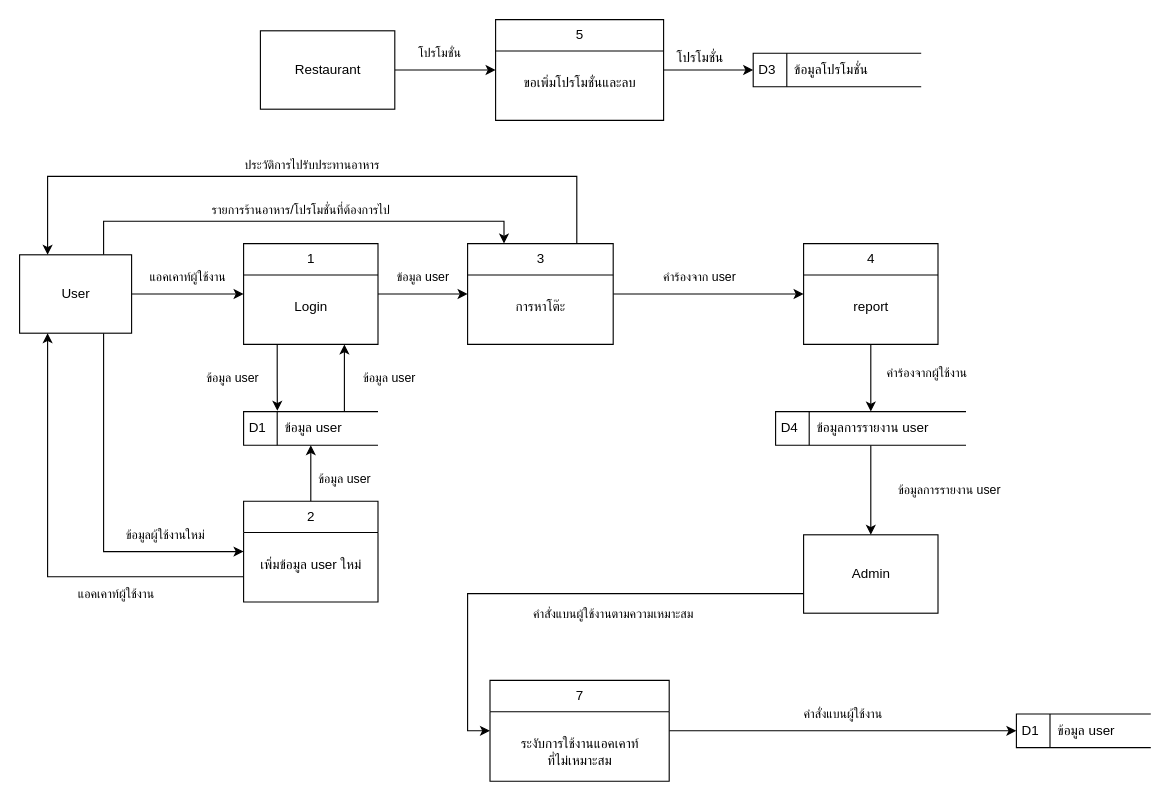
Above: page "Page-2" (2 of 4) of Buffet2gether_Doc/draw.io/dfd.drawio in Buffet2gether/buffet2gether (draw.io), before the change. Source tidied: cells renumbered, new cells numbered last; positions are measured from the earlier drawing's top-left corner, leaving out a move shared by most shapes. Both pictures are drawn from the tidied source at 112%, with x=0, y=0 at pixel (19, 19).
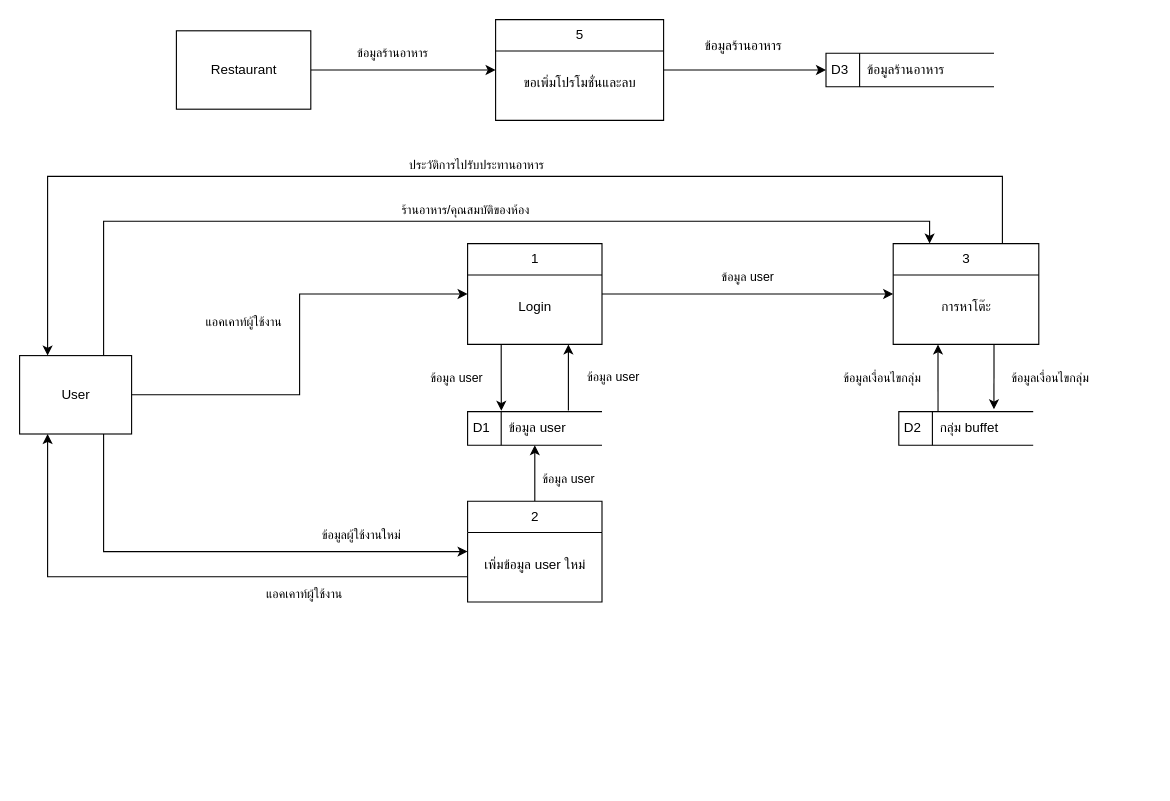
Above is the later version.

Unchanged cells that the change refers to:
```xml
<mxCell id="31" value="5&lt;br&gt;&lt;br&gt;&lt;br&gt;ขอเพิ่มโปรโมชั่นและลบ" style="swimlane;fontStyle=0;horizontal=1;startSize=28;fillColor=#ffffff;swimlaneFillColor=#ffffff;html=1;labelPosition=center;verticalLabelPosition=middle;align=center;verticalAlign=top;" parent="1" vertex="1">
  <mxGeometry x="425" width="150" height="90" as="geometry" />
</mxCell>
```

What changed in the source:
```diff
@@
-    <mxCell id="2" value="โปรโมชั่น" style="edgeStyle=orthogonalEdgeStyle;rounded=0;jettySize=auto;html=1;exitX=1;exitY=0.5;exitDx=0;exitDy=0;entryX=0;entryY=0.5;entryDx=0;entryDy=0;" parent="1" edge="1" source="3" target="31">
+    <mxCell id="2" value="ข้อมูลร้านอาหาร" style="edgeStyle=orthogonalEdgeStyle;rounded=0;jettySize=auto;html=1;exitX=1;exitY=0.5;exitDx=0;exitDy=0;entryX=0;entryY=0.5;entryDx=0;entryDy=0;" parent="1" edge="1" source="3" target="31">
       <mxGeometry x="-0.11" y="15" relative="1" as="geometry" />
     </mxCell>
     <mxCell id="3" value="Restaurant" style="html=1;dashed=0;whitespace=wrap;" parent="1" vertex="1">
-      <mxGeometry x="215" y="10" width="120" height="70" as="geometry" />
+      <mxGeometry x="140" y="10" width="120" height="70" as="geometry" />
     </mxCell>
     <mxCell id="4" value="แอคเคาท์ผู้ใช้งาน" style="edgeStyle=orthogonalEdgeStyle;rounded=0;jettySize=auto;html=1;exitX=1;exitY=0.5;exitDx=0;exitDy=0;entryX=0;entryY=0.5;entryDx=0;entryDy=0;" parent="1" edge="1" source="7" target="14">
-      <mxGeometry y="15" relative="1" as="geometry" />
+      <mxGeometry x="0.1" y="50" relative="1" as="geometry" />
     </mxCell>
-    <mxCell id="5" value="รายการร้านอาหาร/โปรโมชั่นที่ต้องการไป" style="edgeStyle=orthogonalEdgeStyle;rounded=0;jettySize=auto;html=1;exitX=0.75;exitY=0;exitDx=0;exitDy=0;entryX=0.25;entryY=0;entryDx=0;entryDy=0;" parent="1" edge="1" source="7" target="17">
+    <mxCell id="5" value="ร้านอาหาร/คุณสมบัติของห้อง" style="edgeStyle=orthogonalEdgeStyle;rounded=0;jettySize=auto;html=1;exitX=0.75;exitY=0;exitDx=0;exitDy=0;entryX=0.25;entryY=0;entryDx=0;entryDy=0;" parent="1" edge="1" source="7" target="17">
       <mxGeometry x="0.01" y="10" relative="1" as="geometry" />
     </mxCell>
@@
     <mxCell id="7" value="User" style="html=1;dashed=0;whitespace=wrap;" parent="1" vertex="1">
-      <mxGeometry y="210" width="100" height="70" as="geometry" />
+      <mxGeometry y="300" width="100" height="70" as="geometry" />
     </mxCell>
-    <mxCell id="8" value="คำสั่งแบนผู้ใช้งานตามความเหมาะสม" style="edgeStyle=orthogonalEdgeStyle;rounded=0;jettySize=auto;html=1;exitX=0;exitY=0.75;exitDx=0;exitDy=0;entryX=0;entryY=0.5;entryDx=0;entryDy=0;" parent="1" edge="1" source="9" target="26">
-      <mxGeometry x="-0.23" y="18" relative="1" as="geometry" />
-    </mxCell>
-    <mxCell id="9" value="Admin" style="html=1;dashed=0;whitespace=wrap;" parent="1" vertex="1">
-      <mxGeometry x="700" y="460" width="120" height="70" as="geometry" />
-    </mxCell>
-    <mxCell id="10" style="edgeStyle=orthogonalEdgeStyle;rounded=0;jettySize=auto;html=1;exitX=1;exitY=0.5;exitDx=0;exitDy=0;entryX=0;entryY=0.5;entryDx=0;entryDy=0;" parent="1" edge="1" source="31">
-      <mxGeometry relative="1" as="geometry">
-        <mxPoint x="655" y="45" as="targetPoint" />
-      </mxGeometry>
+    <mxCell id="10" style="edgeStyle=orthogonalEdgeStyle;rounded=0;jettySize=auto;html=1;exitX=1;exitY=0.5;exitDx=0;exitDy=0;entryX=0;entryY=0.5;entryDx=0;entryDy=0;" parent="1" edge="1" source="31" target="11">
+      <mxGeometry relative="1" as="geometry" />
     </mxCell>
-    <mxCell id="11" value="D3&amp;nbsp; &amp;nbsp; &amp;nbsp;ข้อมูลโปรโมชั่น" style="html=1;dashed=0;whitespace=wrap;shape=mxgraph.dfd.dataStoreID;align=left;spacingLeft=3;points=[[0,0],[0.5,0],[1,0],[0,0.5],[1,0.5],[0,1],[0.5,1],[1,1]];" parent="1" vertex="1">
-      <mxGeometry x="655" y="30" width="150" height="30" as="geometry" />
+    <mxCell id="11" value="D3&amp;nbsp; &amp;nbsp; &amp;nbsp;ข้อมูลร้านอาหาร" style="html=1;dashed=0;whitespace=wrap;shape=mxgraph.dfd.dataStoreID;align=left;spacingLeft=3;points=[[0,0],[0.5,0],[1,0],[0,0.5],[1,0.5],[0,1],[0.5,1],[1,1]];" parent="1" vertex="1">
+      <mxGeometry x="720" y="30" width="150" height="30" as="geometry" />
     </mxCell>
@@
-    <mxCell id="14" value="1&lt;br&gt;&lt;br&gt;&lt;br&gt;Login" style="swimlane;fontStyle=0;horizontal=1;startSize=28;fillColor=#ffffff;swimlaneFillColor=#ffffff;html=1;labelPosition=center;verticalLabelPosition=middle;align=center;verticalAlign=top;" parent="1" vertex="1">
-      <mxGeometry x="200" y="200" width="120" height="90" as="geometry" />
-    </mxCell>
-    <mxCell id="15" value="คำร้องจาก user" style="edgeStyle=orthogonalEdgeStyle;rounded=0;jettySize=auto;html=1;exitX=1;exitY=0.5;exitDx=0;exitDy=0;entryX=0;entryY=0.5;entryDx=0;entryDy=0;" parent="1" edge="1" source="17" target="27">
-      <mxGeometry x="-0.09" y="15" relative="1" as="geometry" />
-    </mxCell>
     <mxCell id="16" value="ประวัติการไปรับประทานอาหาร" style="edgeStyle=orthogonalEdgeStyle;rounded=0;jettySize=auto;html=1;entryX=0.25;entryY=0;entryDx=0;entryDy=0;exitX=0.75;exitY=0;exitDx=0;exitDy=0;" parent="1" edge="1" source="17" target="7">
       <mxGeometry x="-0.01" y="-10" relative="1" as="geometry">
         <Array as="points">
-          <mxPoint x="498" y="140" />
+          <mxPoint x="878" y="140" />
           <mxPoint x="25" y="140" />
         </Array>
         <mxPoint x="1" as="offset" />
       </mxGeometry>
     </mxCell>
-    <mxCell id="17" value="3&lt;br&gt;&lt;br&gt;&lt;br&gt;การหาโต๊ะ" style="swimlane;fontStyle=0;horizontal=1;startSize=28;fillColor=#ffffff;swimlaneFillColor=#ffffff;html=1;labelPosition=center;verticalLabelPosition=middle;align=center;verticalAlign=top;" parent="1" vertex="1">
-      <mxGeometry x="400" y="200" width="130" height="90" as="geometry" />
-    </mxCell>
     <mxCell id="18" value="D1&amp;nbsp; &amp;nbsp; &amp;nbsp;ข้อมูล user" style="html=1;dashed=0;whitespace=wrap;shape=mxgraph.dfd.dataStoreID;align=left;spacingLeft=3;points=[[0,0],[0.5,0],[1,0],[0,0.5],[1,0.5],[0,1],[0.5,1],[1,1]];" parent="1" vertex="1">
-      <mxGeometry x="200" y="350" width="120" height="30" as="geometry" />
+      <mxGeometry x="400" y="350" width="120" height="30" as="geometry" />
     </mxCell>
@@
-    <mxCell id="21" value="2&lt;br&gt;&lt;br&gt;&lt;br&gt;เพิ่มข้อมูล user ใหม่" style="swimlane;fontStyle=0;horizontal=1;startSize=28;fillColor=#ffffff;swimlaneFillColor=#ffffff;html=1;labelPosition=center;verticalLabelPosition=middle;align=center;verticalAlign=top;" parent="1" vertex="1">
-      <mxGeometry x="200" y="430" width="120" height="90" as="geometry" />
-    </mxCell>
-    <mxCell id="22" value="คำสั่งแบนผู้ใช้งาน" style="edgeStyle=orthogonalEdgeStyle;rounded=0;jettySize=auto;html=1;exitX=1;exitY=0.5;exitDx=0;exitDy=0;entryX=0;entryY=0.5;entryDx=0;entryDy=0;" parent="1" edge="1" source="26" target="23">
-      <mxGeometry y="15" relative="1" as="geometry" />
-    </mxCell>
-    <mxCell id="23" value="D1&amp;nbsp; &amp;nbsp; &amp;nbsp;ข้อมูล user" style="html=1;dashed=0;whitespace=wrap;shape=mxgraph.dfd.dataStoreID;align=left;spacingLeft=3;points=[[0,0],[0.5,0],[1,0],[0,0.5],[1,0.5],[0,1],[0.5,1],[1,1]];" parent="1" vertex="1">
-      <mxGeometry x="890" y="620" width="120" height="30" as="geometry" />
-    </mxCell>
-    <mxCell id="24" value="โปรโมชั่น" style="text;html=1;" parent="1" vertex="1">
-      <mxGeometry x="585" y="20" width="70" height="30" as="geometry" />
+    <mxCell id="24" value="ข้อมูลร้านอาหาร" style="text;html=1;" parent="1" vertex="1">
+      <mxGeometry x="610" y="10" width="70" height="30" as="geometry" />
     </mxCell>
     <mxCell id="25" value="ข้อมูล user" style="endArrow=classic;html=1;entryX=0.75;entryY=1;entryDx=0;entryDy=0;" parent="1" edge="1" target="14">
       <mxGeometry y="-40" relative="1" as="geometry">
-        <mxPoint x="290" y="350" as="sourcePoint" />
+        <mxPoint x="490" y="349" as="sourcePoint" />
       </mxGeometry>
     </mxCell>
-    <mxCell id="26" value="7&lt;br&gt;&lt;br&gt;&lt;br&gt;ระงับการใช้งานแอคเคาท์&lt;br&gt;ที่ไม่เหมาะสม" style="swimlane;fontStyle=0;horizontal=1;startSize=28;fillColor=#ffffff;swimlaneFillColor=#ffffff;html=1;labelPosition=center;verticalLabelPosition=middle;align=center;verticalAlign=top;" parent="1" vertex="1">
-      <mxGeometry x="420" y="590" width="160" height="90" as="geometry" />
-    </mxCell>
-    <mxCell id="27" value="4&lt;br&gt;&lt;br&gt;&lt;br&gt;report" style="swimlane;fontStyle=0;horizontal=1;startSize=28;fillColor=#ffffff;swimlaneFillColor=#ffffff;html=1;labelPosition=center;verticalLabelPosition=middle;align=center;verticalAlign=top;" parent="1" vertex="1">
-      <mxGeometry x="700" y="200" width="120" height="90" as="geometry" />
-    </mxCell>
-    <mxCell id="28" value="ข้อมูลการรายงาน user" style="edgeStyle=orthogonalEdgeStyle;rounded=0;jettySize=auto;html=1;exitX=0.5;exitY=1;exitDx=0;exitDy=0;entryX=0.5;entryY=0;entryDx=0;entryDy=0;" parent="1" edge="1" source="29" target="9">
-      <mxGeometry y="70" relative="1" as="geometry" />
-    </mxCell>
-    <mxCell id="29" value="D4&amp;nbsp; &amp;nbsp; &amp;nbsp;ข้อมูลการรายงาน user" style="html=1;dashed=0;whitespace=wrap;shape=mxgraph.dfd.dataStoreID;align=left;spacingLeft=3;points=[[0,0],[0.5,0],[1,0],[0,0.5],[1,0.5],[0,1],[0.5,1],[1,1]];" parent="1" vertex="1">
-      <mxGeometry x="675" y="350" width="170" height="30" as="geometry" />
-    </mxCell>
-    <mxCell id="30" value="คำร้องจากผู้ใช้งาน" style="edgeStyle=orthogonalEdgeStyle;rounded=0;jettySize=auto;html=1;exitX=0.5;exitY=1;exitDx=0;exitDy=0;entryX=0.5;entryY=0;entryDx=0;entryDy=0;" parent="1" edge="1" source="27" target="29">
-      <mxGeometry x="-0.14" y="50" relative="1" as="geometry" />
-    </mxCell>
@@
+    <mxCell id="17" value="3&lt;br&gt;&lt;br&gt;&lt;br&gt;การหาโต๊ะ" style="swimlane;fontStyle=0;horizontal=1;startSize=28;fillColor=#ffffff;swimlaneFillColor=#ffffff;html=1;labelPosition=center;verticalLabelPosition=middle;align=center;verticalAlign=top;" parent="1" vertex="1">
+      <mxGeometry x="780" y="200" width="130" height="90" as="geometry" />
+    </mxCell>
+    <mxCell id="32" value="ข้อมูลเงื่อนไขกลุ่ม" style="endArrow=classic;html=1;entryX=0.708;entryY=-0.067;entryDx=0;entryDy=0;entryPerimeter=0;" parent="17" edge="1" target="33">
+      <mxGeometry x="0.03" y="50" relative="1" as="geometry">
+        <mxPoint x="90" y="90" as="sourcePoint" />
+      </mxGeometry>
+    </mxCell>
+    <mxCell id="14" value="1&lt;br&gt;&lt;br&gt;&lt;br&gt;Login" style="swimlane;fontStyle=0;horizontal=1;startSize=28;fillColor=#ffffff;swimlaneFillColor=#ffffff;html=1;labelPosition=center;verticalLabelPosition=middle;align=center;verticalAlign=top;" parent="1" vertex="1">
+      <mxGeometry x="400" y="200" width="120" height="90" as="geometry" />
+    </mxCell>
+    <mxCell id="21" value="2&lt;br&gt;&lt;br&gt;&lt;br&gt;เพิ่มข้อมูล user ใหม่" style="swimlane;fontStyle=0;horizontal=1;startSize=28;fillColor=#ffffff;swimlaneFillColor=#ffffff;html=1;labelPosition=center;verticalLabelPosition=middle;align=center;verticalAlign=top;" parent="1" vertex="1">
+      <mxGeometry x="400" y="430" width="120" height="90" as="geometry" />
+    </mxCell>
+    <mxCell id="33" value="D2&amp;nbsp; &amp;nbsp; &amp;nbsp;กลุ่ม buffet" style="html=1;dashed=0;whitespace=wrap;shape=mxgraph.dfd.dataStoreID;align=left;spacingLeft=3;points=[[0,0],[0.5,0],[1,0],[0,0.5],[1,0.5],[0,1],[0.5,1],[1,1]];" parent="1" vertex="1">
+      <mxGeometry x="785" y="350" width="120" height="30" as="geometry" />
+    </mxCell>
+    <mxCell id="34" value="ข้อมูลเงื่อนไขกลุ่ม" style="endArrow=classic;html=1;exitX=0.292;exitY=0;exitDx=0;exitDy=0;exitPerimeter=0;" parent="1" edge="1" source="33">
+      <mxGeometry y="50" relative="1" as="geometry">
+        <mxPoint x="820" y="290" as="targetPoint" />
+      </mxGeometry>
+    </mxCell>
```
